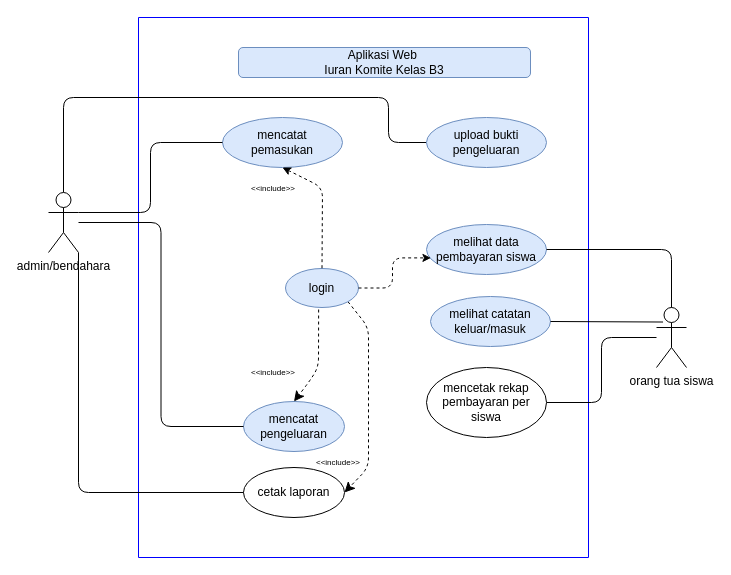
Earlier version of the draw.io diagram komite_al_adaby.drawio (eenattayani/desain). Source tidied: cells renumbered, new cells numbered last; positions are measured from the earlier drawing's top-left corner, leaving out a move shared by most shapes. Both pictures are drawn from the tidied source at 100%, with x=0, y=0 at pixel (48, 17).
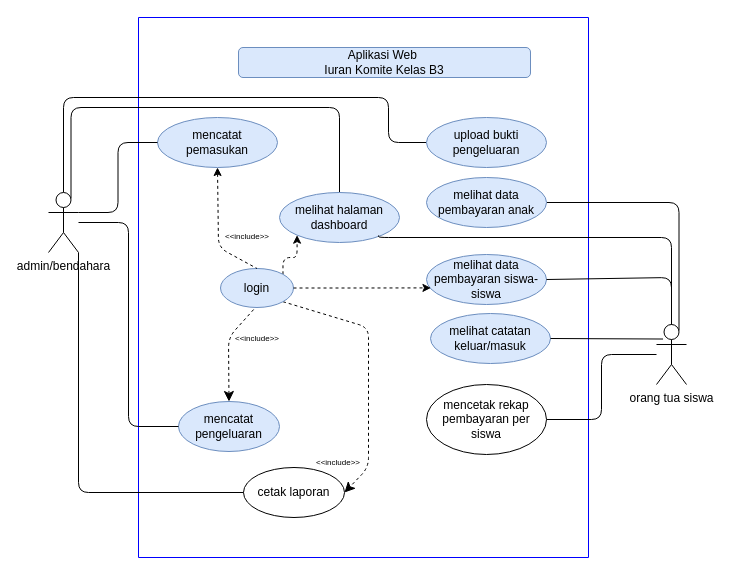
After the change.

Unchanged cells that the change refers to:
```xml
<mxCell id="2" style="swimlane;startSize=0;fillColor=#fff2cc;strokeColor=#0000FF;" parent="1" vertex="1">
  <mxGeometry x="90" width="450" height="540" as="geometry" />
</mxCell>
<mxCell id="24" value="admin/bendahara" style="shape=umlActor;verticalLabelPosition=bottom;verticalAlign=top;html=1;outlineConnect=0;" parent="2" vertex="1">
  <mxGeometry x="-90" y="175" width="30" height="60" as="geometry" />
</mxCell>
```

Diff of the diagram source:
```diff
@@
+    <mxCell id="28" style="edgeStyle=orthogonalEdgeStyle;rounded=1;jettySize=auto;html=1;exitX=1;exitY=0;exitDx=0;exitDy=0;entryX=0;entryY=1;entryDx=0;entryDy=0;curved=0;dashed=1;" parent="2" edge="1" source="5" target="32">
+      <mxGeometry relative="1" as="geometry">
+        <Array as="points">
+          <mxPoint x="144" y="240" />
+          <mxPoint x="159" y="240" />
+        </Array>
+      </mxGeometry>
+    </mxCell>
     <mxCell id="5" value="login" style="ellipse;whiteSpace=wrap;html=1;fillColor=#dae8fc;strokeColor=#6c8ebf;" parent="2" vertex="1">
-      <mxGeometry x="147" y="251" width="73" height="39" as="geometry" />
+      <mxGeometry x="82" y="251" width="73" height="39" as="geometry" />
     </mxCell>
     <mxCell id="6" value="mencatat&lt;div&gt;pemasukan&lt;/div&gt;" style="ellipse;whiteSpace=wrap;html=1;fillColor=#dae8fc;strokeColor=#6c8ebf;" parent="2" vertex="1">
-      <mxGeometry x="84" y="100" width="120" height="50" as="geometry" />
+      <mxGeometry x="19" y="100" width="120" height="50" as="geometry" />
     </mxCell>
     <mxCell id="7" style="endArrow=none;dashed=1;html=1;rounded=1;exitX=0.5;exitY=1;exitDx=0;exitDy=0;entryX=0.5;entryY=0;entryDx=0;entryDy=0;startArrow=classic;startFill=1;curved=0;" parent="2" edge="1" source="6" target="5">
       <mxGeometry relative="1" as="geometry">
         <Array as="points">
-          <mxPoint x="184" y="170" />
+          <mxPoint x="80" y="230" />
         </Array>
       </mxGeometry>
     </mxCell>
     <mxCell id="8" value="&amp;lt;&amp;lt;include&amp;gt;&amp;gt;" style="text;html=1;align=center;verticalAlign=middle;whiteSpace=wrap;rounded=0;fontSize=8;" parent="2" vertex="1">
-      <mxGeometry x="105" y="166" width="60" height="10" as="geometry" />
+      <mxGeometry x="79" y="214" width="60" height="10" as="geometry" />
     </mxCell>
-    <mxCell id="9" value="melihat data pembayaran siswa" style="ellipse;whiteSpace=wrap;html=1;fillColor=#dae8fc;strokeColor=#6c8ebf;" parent="2" vertex="1">
-      <mxGeometry x="288" y="207" width="120" height="50" as="geometry" />
+    <mxCell id="9" value="melihat data pembayaran siswa-siswa" style="ellipse;whiteSpace=wrap;html=1;fillColor=#dae8fc;strokeColor=#6c8ebf;" parent="2" vertex="1">
+      <mxGeometry x="288" y="237" width="120" height="50" as="geometry" />
     </mxCell>
     <mxCell id="10" value="melihat catatan keluar/masuk" style="ellipse;whiteSpace=wrap;html=1;fillColor=#dae8fc;strokeColor=#6c8ebf;" parent="2" vertex="1">
-      <mxGeometry x="292" y="279" width="120" height="50" as="geometry" />
+      <mxGeometry x="292" y="296" width="120" height="50" as="geometry" />
     </mxCell>
@@
+    <mxCell id="29" style="edgeStyle=orthogonalEdgeStyle;rounded=1;jettySize=auto;html=1;exitX=0.75;exitY=0.1;exitDx=0;exitDy=0;exitPerimeter=0;entryX=1;entryY=0.5;entryDx=0;entryDy=0;curved=0;endArrow=none;endFill=0;" parent="2" edge="1" source="12" target="31">
+      <mxGeometry relative="1" as="geometry">
+        <Array as="points">
+          <mxPoint x="541" y="185" />
+        </Array>
+      </mxGeometry>
+    </mxCell>
     <mxCell id="12" value="orang tua siswa" style="shape=umlActor;verticalLabelPosition=bottom;verticalAlign=top;html=1;outlineConnect=0;" parent="2" vertex="1">
-      <mxGeometry x="518" y="290" width="30" height="60" as="geometry" />
+      <mxGeometry x="518" y="307" width="30" height="60" as="geometry" />
     </mxCell>
     <mxCell id="13" style="endArrow=none;html=1;rounded=1;entryX=0.5;entryY=0;entryDx=0;entryDy=0;entryPerimeter=0;exitX=1;exitY=0.5;exitDx=0;exitDy=0;curved=0;" parent="2" edge="1" source="9" target="12">
       <mxGeometry relative="1" as="geometry">
         <Array as="points">
-          <mxPoint x="533" y="232" />
+          <mxPoint x="533" y="260" />
         </Array>
       </mxGeometry>
     </mxCell>
@@
     <mxCell id="15" value="mencatat pengeluaran" style="ellipse;whiteSpace=wrap;html=1;fillColor=#dae8fc;strokeColor=#6c8ebf;" parent="2" vertex="1">
-      <mxGeometry x="105" y="384" width="101" height="50" as="geometry" />
+      <mxGeometry x="40" y="384" width="101" height="50" as="geometry" />
     </mxCell>
     <mxCell id="16" style="edgeStyle=none;curved=0;rounded=1;jettySize=auto;html=1;entryX=0.5;entryY=0;entryDx=0;entryDy=0;fontSize=12;startSize=8;endSize=8;dashed=1;exitX=0.454;exitY=1.052;exitDx=0;exitDy=0;exitPerimeter=0;" parent="2" edge="1" source="5" target="15">
       <mxGeometry relative="1" as="geometry">
         <Array as="points">
-          <mxPoint x="180" y="350" />
-          <mxPoint x="170" y="365" />
+          <mxPoint x="90" y="320" />
         </Array>
       </mxGeometry>
     </mxCell>
     <mxCell id="17" value="&amp;lt;&amp;lt;include&amp;gt;&amp;gt;" style="text;html=1;align=center;verticalAlign=middle;whiteSpace=wrap;rounded=0;fontSize=8;" parent="2" vertex="1">
-      <mxGeometry x="105" y="350" width="60" height="10" as="geometry" />
+      <mxGeometry x="88.5" y="316" width="60" height="10" as="geometry" />
     </mxCell>
@@
+    <mxCell id="30" style="edgeStyle=orthogonalEdgeStyle;rounded=1;jettySize=auto;html=1;exitX=0.75;exitY=0.1;exitDx=0;exitDy=0;exitPerimeter=0;entryX=0.5;entryY=0;entryDx=0;entryDy=0;curved=0;endArrow=none;endFill=0;" parent="2" edge="1" source="24" target="32">
+      <mxGeometry relative="1" as="geometry">
+        <Array as="points">
+          <mxPoint x="-67" y="90" />
+          <mxPoint x="201" y="90" />
+        </Array>
+      </mxGeometry>
+    </mxCell>
@@
     <mxCell id="26" value="mencetak rekap pembayaran per siswa" style="ellipse;whiteSpace=wrap;html=1;" parent="2" vertex="1">
-      <mxGeometry x="288" y="350" width="120" height="70" as="geometry" />
+      <mxGeometry x="288" y="367" width="120" height="70" as="geometry" />
     </mxCell>
@@
+    <mxCell id="31" value="melihat data pembayaran anak" style="ellipse;whiteSpace=wrap;html=1;fillColor=#dae8fc;strokeColor=#6c8ebf;" parent="2" vertex="1">
+      <mxGeometry x="288" y="160" width="120" height="50" as="geometry" />
+    </mxCell>
+    <mxCell id="32" value="melihat halaman dashboard" style="ellipse;whiteSpace=wrap;html=1;fillColor=#dae8fc;strokeColor=#6c8ebf;" parent="2" vertex="1">
+      <mxGeometry x="141" y="175" width="120" height="50" as="geometry" />
+    </mxCell>
+    <mxCell id="33" style="edgeStyle=orthogonalEdgeStyle;rounded=1;jettySize=auto;html=1;exitX=0.5;exitY=0;exitDx=0;exitDy=0;exitPerimeter=0;curved=0;endArrow=none;endFill=0;" parent="2" edge="1" source="12">
+      <mxGeometry relative="1" as="geometry">
+        <mxPoint x="240" y="218" as="targetPoint" />
+        <Array as="points">
+          <mxPoint x="533" y="220" />
+          <mxPoint x="240" y="220" />
+          <mxPoint x="240" y="218" />
+        </Array>
+      </mxGeometry>
+    </mxCell>
```
